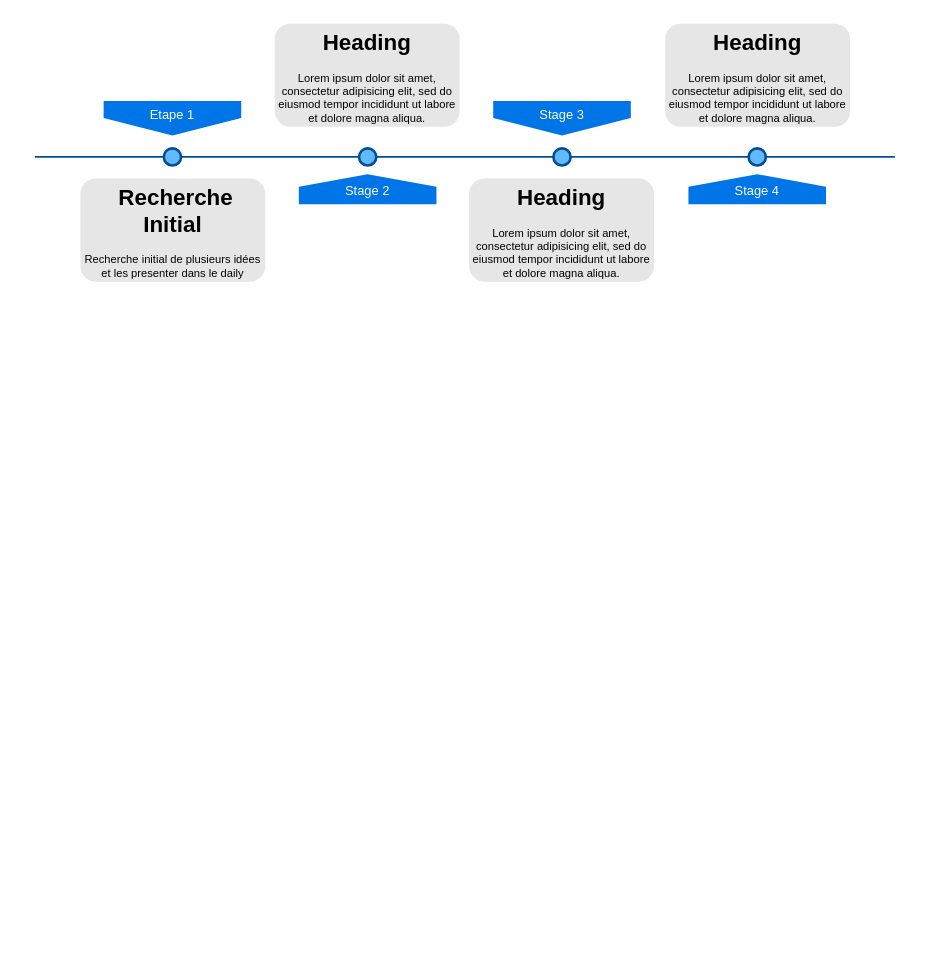
This is Diagramme sans nom.drawio from mehdic/DrawIO, a draw.io file, before an edit. Source tidied: cells renumbered, new cells numbered last; positions are measured from the earlier drawing's top-left corner, leaving out a move shared by most shapes. Both pictures are drawn from the tidied source at 86%, with x=0, y=0 at pixel (34, 23).
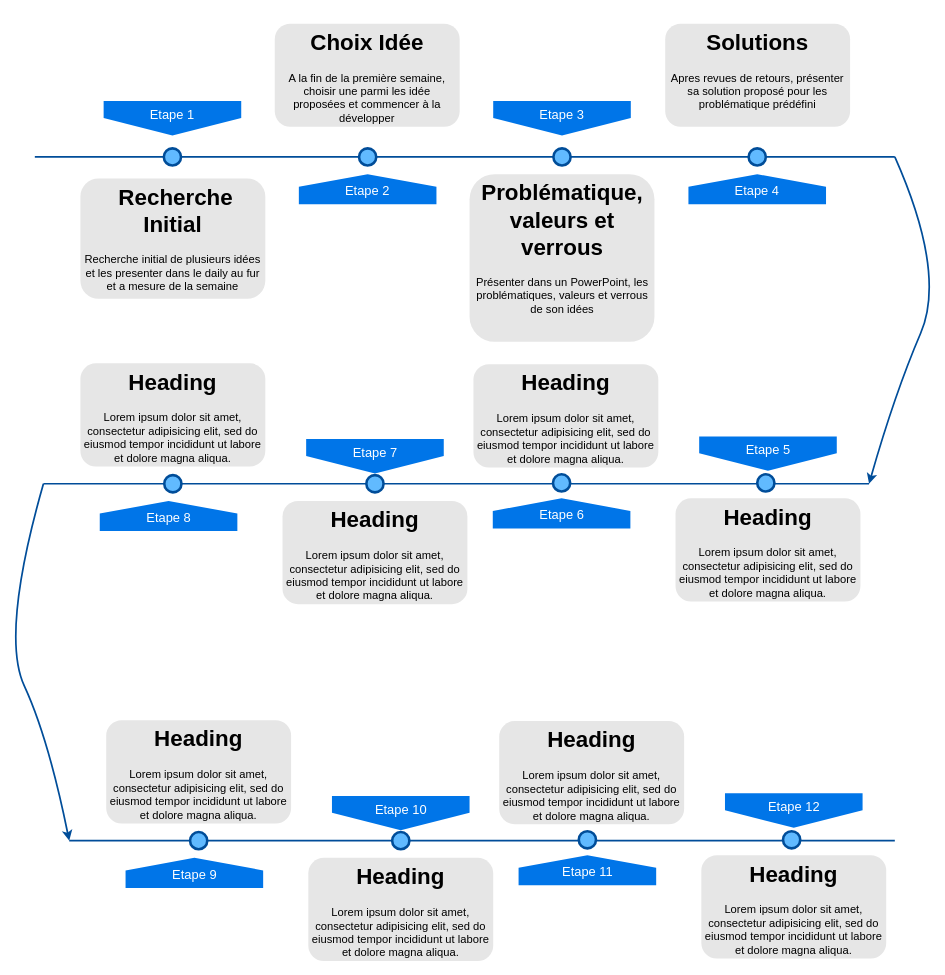
The same page after the edit.

Commit message:
Mettre à jour Diagramme sans nom.drawio

Unchanged cells that the change refers to:
```xml
<mxCell id="2" style="line;strokeWidth=2;html=1;fillColor=none;fontSize=28;fontColor=#004D99;strokeColor=#004D99;" parent="1" vertex="1">
  <mxGeometry y="150" width="1000" height="10" as="geometry" />
</mxCell>
```

The edit, as a diff of the source:
```diff
@@
-    <mxCell id="4" value="&lt;span&gt;Stage 3&lt;/span&gt;" style="shape=offPageConnector;whiteSpace=wrap;html=1;fillColor=#0075E8;fontSize=15;fontColor=#FFFFFF;size=0.5093750000000015;verticalAlign=top;strokeColor=none;" parent="1" vertex="1">
+    <mxCell id="4" value="&lt;span&gt;Etape 3&lt;/span&gt;" style="shape=offPageConnector;whiteSpace=wrap;html=1;fillColor=#0075E8;fontSize=15;fontColor=#FFFFFF;size=0.5093750000000015;verticalAlign=top;strokeColor=none;" parent="1" vertex="1">
       <mxGeometry x="533" y="90" width="160" height="40" as="geometry" />
     </mxCell>
-    <mxCell id="5" value="&lt;span&gt;Stage 2&lt;/span&gt;" style="shape=offPageConnector;whiteSpace=wrap;html=1;fillColor=#0075E8;fontSize=15;fontColor=#FFFFFF;size=0.4178571428571445;flipV=1;verticalAlign=bottom;strokeColor=none;spacingBottom=4;" parent="1" vertex="1">
+    <mxCell id="5" value="&lt;span&gt;Etape 2&lt;/span&gt;" style="shape=offPageConnector;whiteSpace=wrap;html=1;fillColor=#0075E8;fontSize=15;fontColor=#FFFFFF;size=0.4178571428571445;flipV=1;verticalAlign=bottom;strokeColor=none;spacingBottom=4;" parent="1" vertex="1">
       <mxGeometry x="307" y="175" width="160" height="35" as="geometry" />
     </mxCell>
-    <mxCell id="6" value="&lt;span&gt;Stage 4&lt;/span&gt;" style="shape=offPageConnector;whiteSpace=wrap;html=1;fillColor=#0075E8;fontSize=15;fontColor=#FFFFFF;size=0.4178571428571445;flipV=1;verticalAlign=bottom;strokeColor=none;spacingBottom=4;" parent="1" vertex="1">
+    <mxCell id="6" value="&lt;span&gt;Etape 4&lt;/span&gt;" style="shape=offPageConnector;whiteSpace=wrap;html=1;fillColor=#0075E8;fontSize=15;fontColor=#FFFFFF;size=0.4178571428571445;flipV=1;verticalAlign=bottom;strokeColor=none;spacingBottom=4;" parent="1" vertex="1">
       <mxGeometry x="760" y="175" width="160" height="35" as="geometry" />
     </mxCell>
@@
-    <mxCell id="11" value="&lt;h1&gt;&amp;nbsp;Recherche Initial&lt;/h1&gt;&lt;p&gt;Recherche initial de plusieurs idées et les presenter dans le daily&lt;/p&gt;" style="text;html=1;spacing=5;spacingTop=-20;whiteSpace=wrap;overflow=hidden;strokeColor=none;strokeWidth=3;fillColor=#E6E6E6;fontSize=13;fontColor=#000000;align=center;rounded=1;" parent="1" vertex="1">
-      <mxGeometry x="53" y="180" width="215" height="120" as="geometry" />
+    <mxCell id="11" value="&lt;h1&gt;&amp;nbsp;Recherche Initial&lt;/h1&gt;&lt;p&gt;Recherche initial de plusieurs idées et les presenter dans le daily au fur et a mesure de la semaine&lt;/p&gt;" style="text;html=1;spacing=5;spacingTop=-20;whiteSpace=wrap;overflow=hidden;strokeColor=none;strokeWidth=3;fillColor=#E6E6E6;fontSize=13;fontColor=#000000;align=center;rounded=1;" parent="1" vertex="1">
+      <mxGeometry x="53" y="180" width="215" height="140" as="geometry" />
     </mxCell>
-    <mxCell id="12" value="&lt;h1&gt;Heading&lt;/h1&gt;&lt;p&gt;Lorem ipsum dolor sit amet, consectetur adipisicing elit, sed do eiusmod tempor incididunt ut labore et dolore magna aliqua.&lt;/p&gt;" style="text;html=1;spacing=5;spacingTop=-20;whiteSpace=wrap;overflow=hidden;strokeColor=none;strokeWidth=3;fillColor=#E6E6E6;fontSize=13;fontColor=#000000;align=center;rounded=1;" parent="1" vertex="1">
+    <mxCell id="12" value="&lt;h1&gt;Choix Idée&lt;/h1&gt;&lt;p&gt;A la fin de la première semaine, choisir une parmi les idée proposées et commencer à la développer&lt;/p&gt;" style="text;html=1;spacing=5;spacingTop=-20;whiteSpace=wrap;overflow=hidden;strokeColor=none;strokeWidth=3;fillColor=#E6E6E6;fontSize=13;fontColor=#000000;align=center;rounded=1;" parent="1" vertex="1">
       <mxGeometry x="279" width="215" height="120" as="geometry" />
     </mxCell>
-    <mxCell id="13" value="&lt;h1&gt;Heading&lt;/h1&gt;&lt;p&gt;Lorem ipsum dolor sit amet, consectetur adipisicing elit, sed do eiusmod tempor incididunt ut labore et dolore magna aliqua.&lt;/p&gt;" style="text;html=1;spacing=5;spacingTop=-20;whiteSpace=wrap;overflow=hidden;strokeColor=none;strokeWidth=3;fillColor=#E6E6E6;fontSize=13;fontColor=#000000;align=center;rounded=1;" parent="1" vertex="1">
-      <mxGeometry x="505" y="180" width="215" height="120" as="geometry" />
+    <mxCell id="13" value="&lt;h1&gt;Problématique, valeurs et verrous&lt;/h1&gt;&lt;p&gt;Présenter dans un PowerPoint, les problématiques, valeurs et verrous de son idées&lt;/p&gt;" style="text;html=1;spacing=5;spacingTop=-20;whiteSpace=wrap;overflow=hidden;strokeColor=none;strokeWidth=3;fillColor=#E6E6E6;fontSize=13;fontColor=#000000;align=center;rounded=1;" parent="1" vertex="1">
+      <mxGeometry x="505.5" y="175" width="215" height="195" as="geometry" />
     </mxCell>
-    <mxCell id="14" value="&lt;h1&gt;Heading&lt;/h1&gt;&lt;p&gt;Lorem ipsum dolor sit amet, consectetur adipisicing elit, sed do eiusmod tempor incididunt ut labore et dolore magna aliqua.&lt;/p&gt;" style="text;html=1;spacing=5;spacingTop=-20;whiteSpace=wrap;overflow=hidden;strokeColor=none;strokeWidth=3;fillColor=#E6E6E6;fontSize=13;fontColor=#000000;align=center;rounded=1;" parent="1" vertex="1">
+    <mxCell id="14" value="&lt;h1&gt;Solutions&lt;/h1&gt;&lt;p&gt;Apres revues de retours, présenter sa solution proposé pour les problématique prédéfini&lt;/p&gt;" style="text;html=1;spacing=5;spacingTop=-20;whiteSpace=wrap;overflow=hidden;strokeColor=none;strokeWidth=3;fillColor=#E6E6E6;fontSize=13;fontColor=#000000;align=center;rounded=1;" parent="1" vertex="1">
       <mxGeometry x="733" width="215" height="120" as="geometry" />
     </mxCell>
+    <mxCell id="15" style="line;strokeWidth=2;html=1;fillColor=none;fontSize=28;fontColor=#004D99;strokeColor=#004D99;" parent="1" vertex="1">
+      <mxGeometry x="10" y="530" width="960" height="10" as="geometry" />
+    </mxCell>
+    <mxCell id="16" style="curved=1;endArrow=classic;html=1;rounded=0;exitX=1;exitY=0.5;exitDx=0;exitDy=0;exitPerimeter=0;strokeColor=#004d99;strokeWidth=2;entryX=1;entryY=0.5;entryDx=0;entryDy=0;entryPerimeter=0;" parent="1" edge="1" source="2" target="15">
+      <mxGeometry relative="1" as="geometry">
+        <Array as="points">
+          <mxPoint x="1060" y="290" />
+          <mxPoint x="1000" y="430" />
+        </Array>
+      </mxGeometry>
+    </mxCell>
+    <mxCell id="17" style="ellipse;whiteSpace=wrap;html=1;fillColor=#61BAFF;fontSize=28;fontColor=#004D99;strokeWidth=3;strokeColor=#004D99;" parent="1" vertex="1">
+      <mxGeometry x="840" y="524" width="20" height="20" as="geometry" />
+    </mxCell>
+    <mxCell id="18" value="&lt;span&gt;Etape 5&lt;/span&gt;" style="shape=offPageConnector;whiteSpace=wrap;html=1;fillColor=#0075E8;fontSize=15;fontColor=#FFFFFF;size=0.5093750000000015;verticalAlign=top;strokeColor=none;" parent="1" vertex="1">
+      <mxGeometry x="772.5" y="480" width="160" height="40" as="geometry" />
+    </mxCell>
+    <mxCell id="19" value="&lt;h1&gt;Heading&lt;/h1&gt;&lt;p&gt;Lorem ipsum dolor sit amet, consectetur adipisicing elit, sed do eiusmod tempor incididunt ut labore et dolore magna aliqua.&lt;/p&gt;" style="text;html=1;spacing=5;spacingTop=-20;whiteSpace=wrap;overflow=hidden;strokeColor=none;strokeWidth=3;fillColor=#E6E6E6;fontSize=13;fontColor=#000000;align=center;rounded=1;" parent="1" vertex="1">
+      <mxGeometry x="745" y="552" width="215" height="120" as="geometry" />
+    </mxCell>
+    <mxCell id="20" value="&lt;span&gt;Etape 6&lt;/span&gt;" style="shape=offPageConnector;whiteSpace=wrap;html=1;fillColor=#0075E8;fontSize=15;fontColor=#FFFFFF;size=0.4178571428571445;flipV=1;verticalAlign=bottom;strokeColor=none;spacingBottom=4;" parent="1" vertex="1">
+      <mxGeometry x="532.5" y="552" width="160" height="35" as="geometry" />
+    </mxCell>
+    <mxCell id="21" value="&lt;h1&gt;Heading&lt;/h1&gt;&lt;p&gt;Lorem ipsum dolor sit amet, consectetur adipisicing elit, sed do eiusmod tempor incididunt ut labore et dolore magna aliqua.&lt;/p&gt;" style="text;html=1;spacing=5;spacingTop=-20;whiteSpace=wrap;overflow=hidden;strokeColor=none;strokeWidth=3;fillColor=#E6E6E6;fontSize=13;fontColor=#000000;align=center;rounded=1;" parent="1" vertex="1">
+      <mxGeometry x="510" y="396" width="215" height="120" as="geometry" />
+    </mxCell>
+    <mxCell id="22" value="&lt;span&gt;Etape 7&lt;/span&gt;" style="shape=offPageConnector;whiteSpace=wrap;html=1;fillColor=#0075E8;fontSize=15;fontColor=#FFFFFF;size=0.5093750000000015;verticalAlign=top;strokeColor=none;" parent="1" vertex="1">
+      <mxGeometry x="315.5" y="483" width="160" height="40" as="geometry" />
+    </mxCell>
+    <mxCell id="23" value="&lt;h1&gt;Heading&lt;/h1&gt;&lt;p&gt;Lorem ipsum dolor sit amet, consectetur adipisicing elit, sed do eiusmod tempor incididunt ut labore et dolore magna aliqua.&lt;/p&gt;" style="text;html=1;spacing=5;spacingTop=-20;whiteSpace=wrap;overflow=hidden;strokeColor=none;strokeWidth=3;fillColor=#E6E6E6;fontSize=13;fontColor=#000000;align=center;rounded=1;" parent="1" vertex="1">
+      <mxGeometry x="288" y="555" width="215" height="120" as="geometry" />
+    </mxCell>
+    <mxCell id="24" value="&lt;span&gt;Etape 8&lt;/span&gt;" style="shape=offPageConnector;whiteSpace=wrap;html=1;fillColor=#0075E8;fontSize=15;fontColor=#FFFFFF;size=0.4178571428571445;flipV=1;verticalAlign=bottom;strokeColor=none;spacingBottom=4;" parent="1" vertex="1">
+      <mxGeometry x="75.5" y="555" width="160" height="35" as="geometry" />
+    </mxCell>
+    <mxCell id="25" value="&lt;h1&gt;Heading&lt;/h1&gt;&lt;p&gt;Lorem ipsum dolor sit amet, consectetur adipisicing elit, sed do eiusmod tempor incididunt ut labore et dolore magna aliqua.&lt;/p&gt;" style="text;html=1;spacing=5;spacingTop=-20;whiteSpace=wrap;overflow=hidden;strokeColor=none;strokeWidth=3;fillColor=#E6E6E6;fontSize=13;fontColor=#000000;align=center;rounded=1;" parent="1" vertex="1">
+      <mxGeometry x="53" y="395" width="215" height="120" as="geometry" />
+    </mxCell>
+    <mxCell id="26" style="curved=1;endArrow=classic;html=1;rounded=0;exitX=0;exitY=0.5;exitDx=0;exitDy=0;exitPerimeter=0;strokeColor=#004d99;strokeWidth=2;" parent="1" edge="1" source="15">
+      <mxGeometry relative="1" as="geometry">
+        <mxPoint x="40" y="950" as="targetPoint" />
+        <Array as="points">
+          <mxPoint x="-40" y="710" />
+          <mxPoint x="15.5" y="830" />
+        </Array>
+      </mxGeometry>
+    </mxCell>
+    <mxCell id="27" style="ellipse;whiteSpace=wrap;html=1;fillColor=#61BAFF;fontSize=28;fontColor=#004D99;strokeWidth=3;strokeColor=#004D99;" parent="1" vertex="1">
+      <mxGeometry x="150.5" y="525" width="20" height="20" as="geometry" />
+    </mxCell>
+    <mxCell id="28" style="ellipse;whiteSpace=wrap;html=1;fillColor=#61BAFF;fontSize=28;fontColor=#004D99;strokeWidth=3;strokeColor=#004D99;" parent="1" vertex="1">
+      <mxGeometry x="385.5" y="525" width="20" height="20" as="geometry" />
+    </mxCell>
+    <mxCell id="29" style="ellipse;whiteSpace=wrap;html=1;fillColor=#61BAFF;fontSize=28;fontColor=#004D99;strokeWidth=3;strokeColor=#004D99;" parent="1" vertex="1">
+      <mxGeometry x="602.5" y="524" width="20" height="20" as="geometry" />
+    </mxCell>
+    <mxCell id="30" style="line;strokeWidth=2;html=1;fillColor=none;fontSize=28;fontColor=#004D99;strokeColor=#004D99;" parent="1" vertex="1">
+      <mxGeometry x="40" y="945" width="960" height="10" as="geometry" />
+    </mxCell>
+    <mxCell id="31" style="ellipse;whiteSpace=wrap;html=1;fillColor=#61BAFF;fontSize=28;fontColor=#004D99;strokeWidth=3;strokeColor=#004D99;" parent="1" vertex="1">
+      <mxGeometry x="870" y="939" width="20" height="20" as="geometry" />
+    </mxCell>
+    <mxCell id="32" value="&lt;span&gt;Etape 12&lt;/span&gt;" style="shape=offPageConnector;whiteSpace=wrap;html=1;fillColor=#0075E8;fontSize=15;fontColor=#FFFFFF;size=0.5093750000000015;verticalAlign=top;strokeColor=none;" parent="1" vertex="1">
+      <mxGeometry x="802.5" y="895" width="160" height="40" as="geometry" />
+    </mxCell>
+    <mxCell id="33" value="&lt;h1&gt;Heading&lt;/h1&gt;&lt;p&gt;Lorem ipsum dolor sit amet, consectetur adipisicing elit, sed do eiusmod tempor incididunt ut labore et dolore magna aliqua.&lt;/p&gt;" style="text;html=1;spacing=5;spacingTop=-20;whiteSpace=wrap;overflow=hidden;strokeColor=none;strokeWidth=3;fillColor=#E6E6E6;fontSize=13;fontColor=#000000;align=center;rounded=1;" parent="1" vertex="1">
+      <mxGeometry x="775" y="967" width="215" height="120" as="geometry" />
+    </mxCell>
+    <mxCell id="34" value="&lt;span&gt;Etape 11&lt;br&gt;&lt;/span&gt;" style="shape=offPageConnector;whiteSpace=wrap;html=1;fillColor=#0075E8;fontSize=15;fontColor=#FFFFFF;size=0.4178571428571445;flipV=1;verticalAlign=bottom;strokeColor=none;spacingBottom=4;" parent="1" vertex="1">
+      <mxGeometry x="562.5" y="967" width="160" height="35" as="geometry" />
+    </mxCell>
+    <mxCell id="35" value="&lt;h1&gt;Heading&lt;/h1&gt;&lt;p&gt;Lorem ipsum dolor sit amet, consectetur adipisicing elit, sed do eiusmod tempor incididunt ut labore et dolore magna aliqua.&lt;/p&gt;" style="text;html=1;spacing=5;spacingTop=-20;whiteSpace=wrap;overflow=hidden;strokeColor=none;strokeWidth=3;fillColor=#E6E6E6;fontSize=13;fontColor=#000000;align=center;rounded=1;" parent="1" vertex="1">
+      <mxGeometry x="540" y="811" width="215" height="120" as="geometry" />
+    </mxCell>
+    <mxCell id="36" value="&lt;span&gt;Etape 10&lt;/span&gt;" style="shape=offPageConnector;whiteSpace=wrap;html=1;fillColor=#0075E8;fontSize=15;fontColor=#FFFFFF;size=0.5093750000000015;verticalAlign=top;strokeColor=none;" parent="1" vertex="1">
+      <mxGeometry x="345.5" y="898" width="160" height="40" as="geometry" />
+    </mxCell>
+    <mxCell id="37" value="&lt;h1&gt;Heading&lt;/h1&gt;&lt;p&gt;Lorem ipsum dolor sit amet, consectetur adipisicing elit, sed do eiusmod tempor incididunt ut labore et dolore magna aliqua.&lt;/p&gt;" style="text;html=1;spacing=5;spacingTop=-20;whiteSpace=wrap;overflow=hidden;strokeColor=none;strokeWidth=3;fillColor=#E6E6E6;fontSize=13;fontColor=#000000;align=center;rounded=1;" parent="1" vertex="1">
+      <mxGeometry x="318" y="970" width="215" height="120" as="geometry" />
+    </mxCell>
+    <mxCell id="38" value="&lt;span&gt;Etape 9&lt;/span&gt;" style="shape=offPageConnector;whiteSpace=wrap;html=1;fillColor=#0075E8;fontSize=15;fontColor=#FFFFFF;size=0.4178571428571445;flipV=1;verticalAlign=bottom;strokeColor=none;spacingBottom=4;" parent="1" vertex="1">
+      <mxGeometry x="105.5" y="970" width="160" height="35" as="geometry" />
+    </mxCell>
+    <mxCell id="39" value="&lt;h1&gt;Heading&lt;/h1&gt;&lt;p&gt;Lorem ipsum dolor sit amet, consectetur adipisicing elit, sed do eiusmod tempor incididunt ut labore et dolore magna aliqua.&lt;/p&gt;" style="text;html=1;spacing=5;spacingTop=-20;whiteSpace=wrap;overflow=hidden;strokeColor=none;strokeWidth=3;fillColor=#E6E6E6;fontSize=13;fontColor=#000000;align=center;rounded=1;" parent="1" vertex="1">
+      <mxGeometry x="83" y="810" width="215" height="120" as="geometry" />
+    </mxCell>
+    <mxCell id="40" style="ellipse;whiteSpace=wrap;html=1;fillColor=#61BAFF;fontSize=28;fontColor=#004D99;strokeWidth=3;strokeColor=#004D99;" parent="1" vertex="1">
+      <mxGeometry x="180.5" y="940" width="20" height="20" as="geometry" />
+    </mxCell>
+    <mxCell id="41" style="ellipse;whiteSpace=wrap;html=1;fillColor=#61BAFF;fontSize=28;fontColor=#004D99;strokeWidth=3;strokeColor=#004D99;" parent="1" vertex="1">
+      <mxGeometry x="415.5" y="940" width="20" height="20" as="geometry" />
+    </mxCell>
+    <mxCell id="42" style="ellipse;whiteSpace=wrap;html=1;fillColor=#61BAFF;fontSize=28;fontColor=#004D99;strokeWidth=3;strokeColor=#004D99;" parent="1" vertex="1">
+      <mxGeometry x="632.5" y="939" width="20" height="20" as="geometry" />
+    </mxCell>
```
